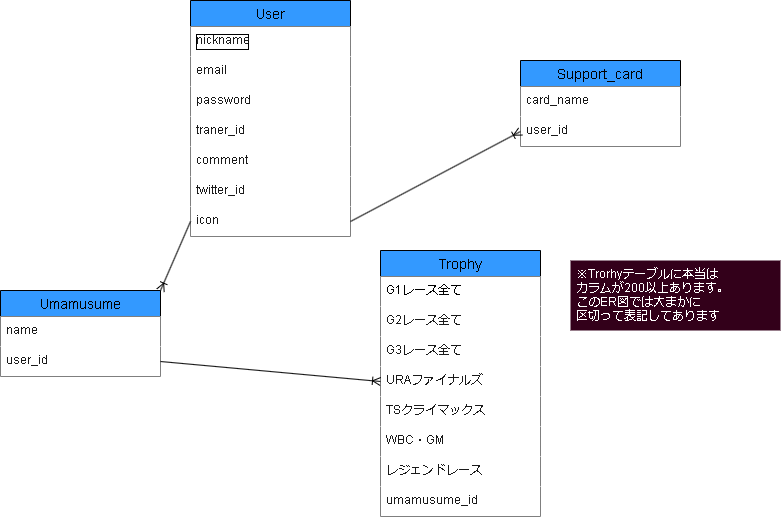
This is ER図.png from kenkenkaiden/umamusume_crown_complete_support, a draw.io export, as it was before one commit. Source tidied: cells renumbered, new cells last; positions are measured from the earlier drawing's top-left corner, leaving out a move shared by most shapes.
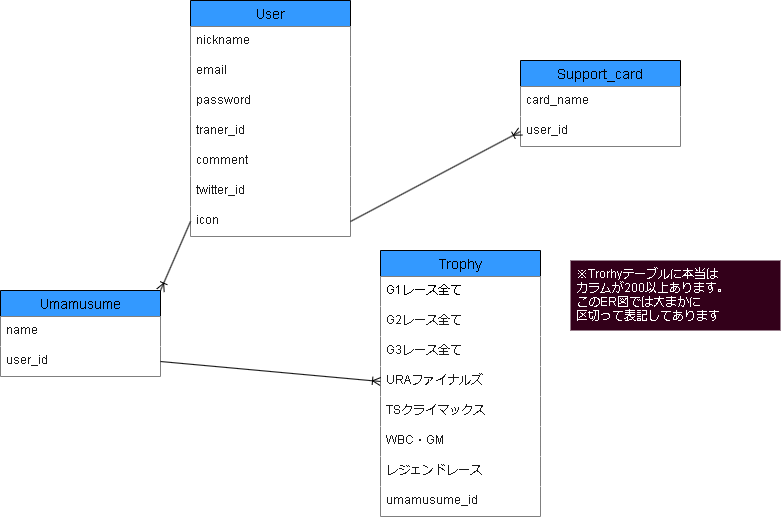
Later version of the same file.

Commit message:
README記載（現段階で埋められるところのみ）

Diff of the diagram source:
```diff
@@ -5,7 +5,7 @@
     <mxCell id="2" value="User" style="swimlane;fontStyle=0;horizontal=1;startSize=26;align=center;fontSize=14;fillColor=#3399FF;" parent="1" vertex="1">
       <mxGeometry x="190" width="160" height="236" as="geometry" />
     </mxCell>
-    <mxCell id="3" value="nickname" style="text;strokeColor=none;fillColor=#FFFFFF;spacingLeft=4;spacingRight=4;overflow=hidden;fontSize=12;fontColor=#1A1A1A;labelBackgroundColor=none;labelBorderColor=default;" parent="2" vertex="1">
+    <mxCell id="3" value="nickname" style="text;strokeColor=none;fillColor=#FFFFFF;spacingLeft=4;spacingRight=4;overflow=hidden;fontSize=12;fontColor=#1A1A1A;labelBackgroundColor=none;labelBorderColor=none;" parent="2" vertex="1">
       <mxGeometry y="26" width="160" height="30" as="geometry" />
     </mxCell>
     <mxCell id="4" value="email" style="text;strokeColor=none;fillColor=#FFFFFF;spacingLeft=4;spacingRight=4;overflow=hidden;fontSize=12;fontColor=#1A1A1A;" parent="2" vertex="1">
```
